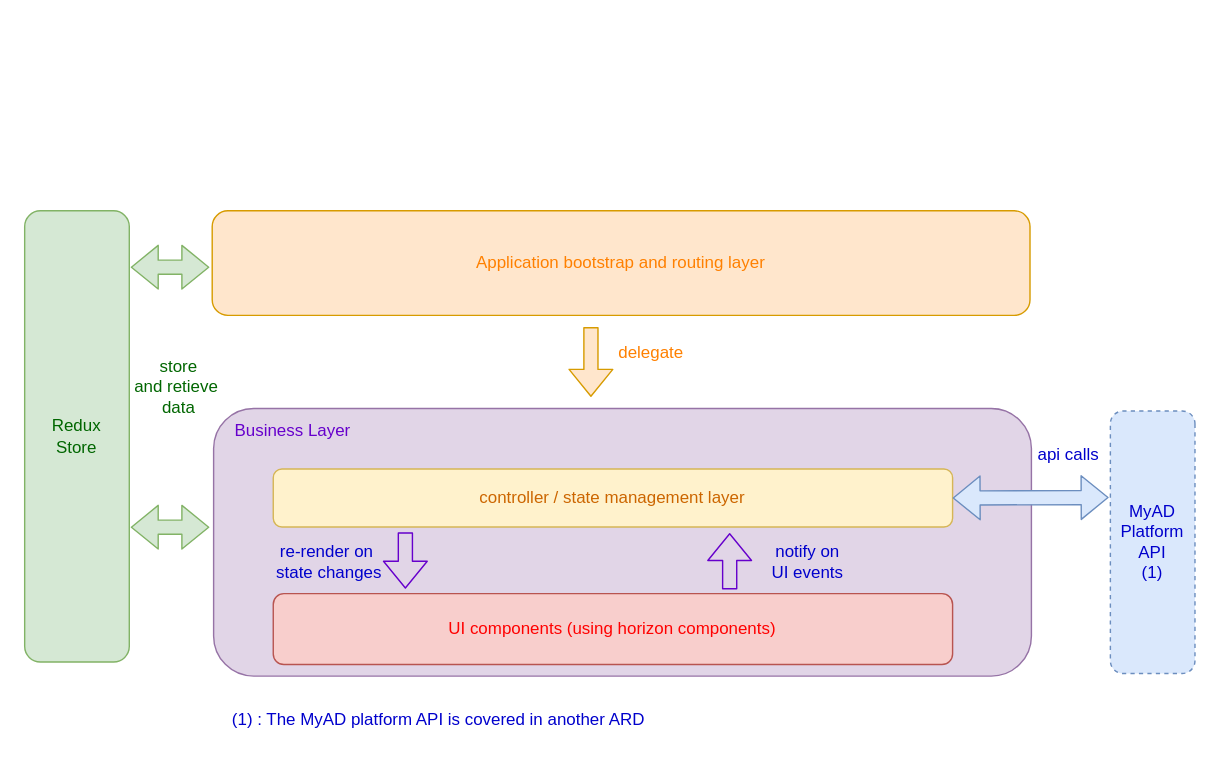
The draw.io diagram FCM_Cockpit.drawio in claytonbrown/aws-drawing, before the edit. Source tidied: cells renumbered, new cells numbered last; positions are measured from the earlier drawing's top-left corner, leaving out a move shared by most shapes. Both pictures are drawn from the tidied source at 141%, with x=0, y=0 at pixel (24, 210).
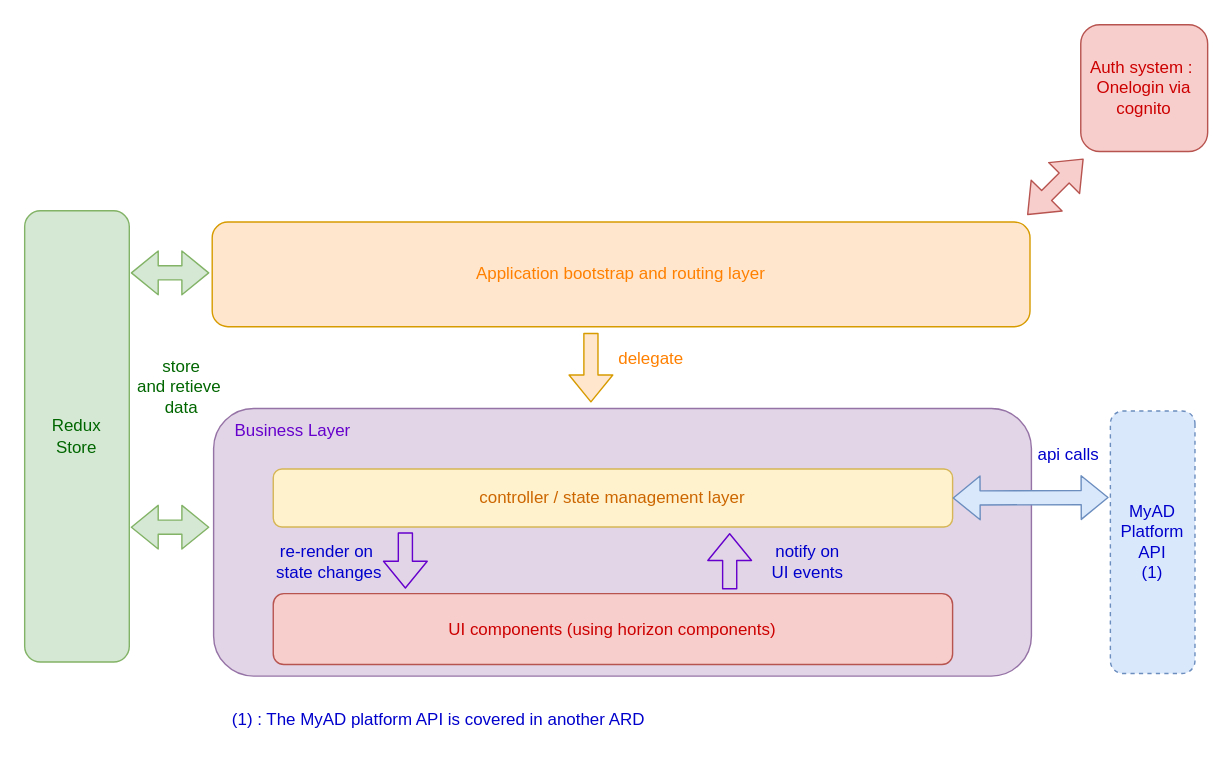
The same page after the edit.

Change to the diagram source:
```diff
@@
-    <mxCell id="3" value="&lt;span style=&quot;white-space: normal&quot;&gt;UI components (using horizon components)&lt;/span&gt;" style="rounded=1;whiteSpace=wrap;html=1;fillColor=#f8cecc;strokeColor=#b85450;fontColor=#FF0000;" parent="1" vertex="1">
+    <mxCell id="3" value="&lt;span style=&quot;white-space: normal&quot;&gt;UI components (using horizon components)&lt;/span&gt;" style="rounded=1;whiteSpace=wrap;html=1;fillColor=#f8cecc;strokeColor=#b85450;fontColor=#CC0000;" parent="1" vertex="1">
       <mxGeometry x="176.3" y="271.5" width="481.8" height="50.3" as="geometry" />
     </mxCell>
@@
     <mxCell id="5" value="Application bootstrap and routing layer" style="rounded=1;whiteSpace=wrap;html=1;fillColor=#ffe6cc;strokeColor=#d79b00;fontColor=#FF8000;" parent="1" vertex="1">
-      <mxGeometry x="133" width="580" height="74.2" as="geometry" />
+      <mxGeometry x="133" y="8" width="580" height="74.2" as="geometry" />
     </mxCell>
     <mxCell id="6" style="group;" parent="1" vertex="1">
-      <mxGeometry x="401.6" y="82.5" width="66" height="49.5" as="geometry" />
+      <mxGeometry x="401.6" y="86.5" width="66" height="49.5" as="geometry" />
     </mxCell>
@@
     <mxCell id="10" style="shape=flexArrow;endArrow=classic;startArrow=classic;html=1;strokeColor=#82b366;fontColor=#006600;fillColor=#d5e8d4;" parent="1" edge="1">
       <mxGeometry relative="1" as="geometry">
-        <mxPoint x="75.2" y="40" as="sourcePoint" />
-        <mxPoint x="131" y="40" as="targetPoint" />
+        <mxPoint x="75.2" y="44" as="sourcePoint" />
+        <mxPoint x="131" y="44" as="targetPoint" />
       </mxGeometry>
     </mxCell>
@@
     <mxCell id="12" value="store &lt;br&gt;and retieve&amp;nbsp;&lt;br&gt;data" style="text;html=1;align=center;verticalAlign=middle;fontColor=#006600;" parent="1" vertex="1">
-      <mxGeometry x="69" y="100" width="80" height="50" as="geometry" />
+      <mxGeometry x="71" y="100" width="80" height="50" as="geometry" />
     </mxCell>
@@
+    <mxCell id="21" value="Auth system :&amp;nbsp;&lt;br&gt;Onelogin via cognito" style="rounded=1;whiteSpace=wrap;html=1;fillColor=#f8cecc;strokeColor=#b85450;fontColor=#CC0000;" parent="1" vertex="1">
+      <mxGeometry x="749" y="-132" width="90" height="90" as="geometry" />
+    </mxCell>
+    <mxCell id="22" style="shape=flexArrow;endArrow=classic;startArrow=classic;html=1;fontColor=#CC0000;fillColor=#f8cecc;strokeColor=#b85450;" parent="1" edge="1">
+      <mxGeometry relative="1" as="geometry">
+        <mxPoint x="711" y="3" as="sourcePoint" />
+        <mxPoint x="751" y="-37" as="targetPoint" />
+      </mxGeometry>
+    </mxCell>
```
